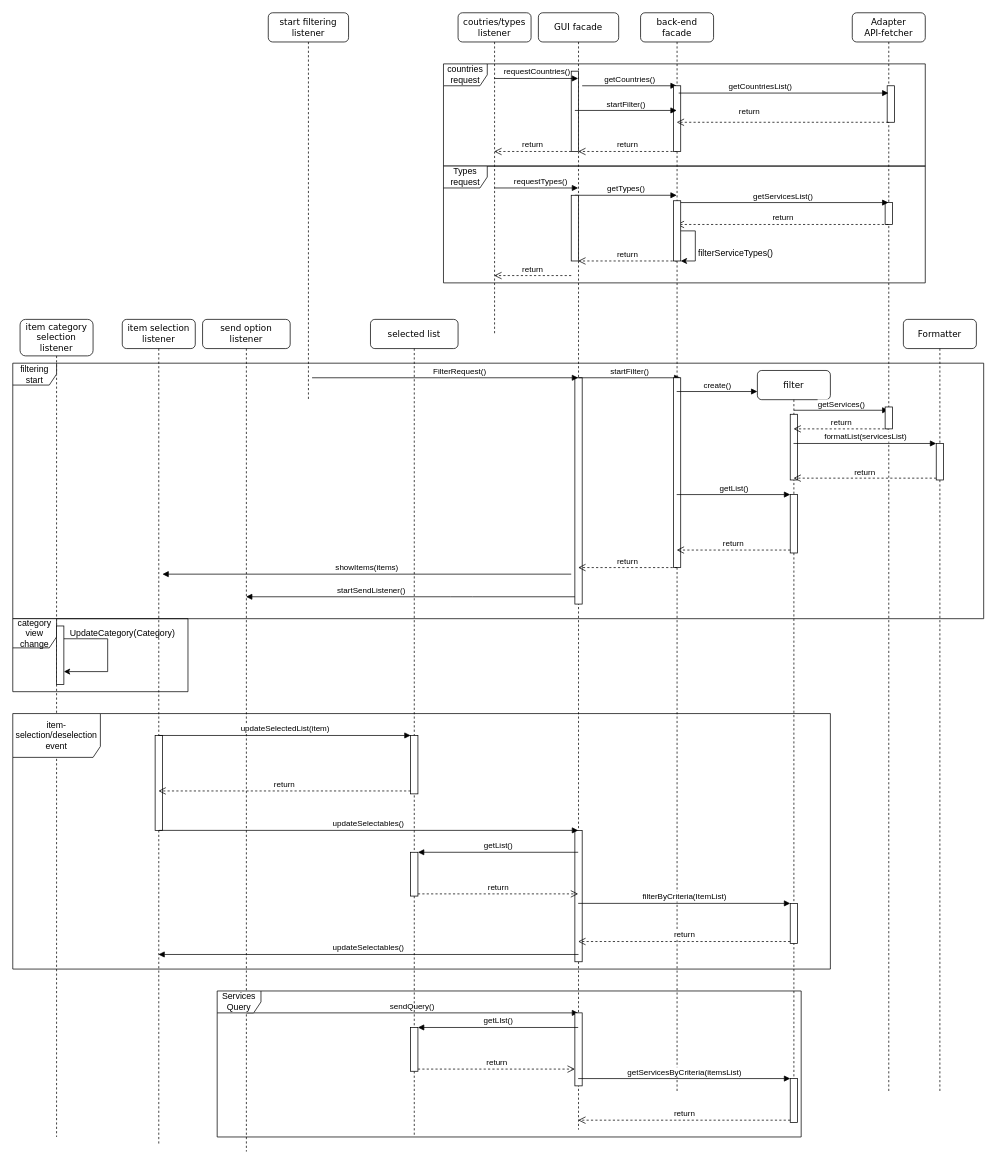
Above: documentation/behaviour/internal behaviour/Internal_behaviour.drawio in Geostartico/Trusted-list-browser (draw.io), before the change. Source tidied: cells renumbered, new cells numbered last; positions are measured from the earlier drawing's top-left corner, leaving out a move shared by most shapes. Both pictures are drawn from the tidied source at 73%, with x=0, y=0 at pixel (12, 12).
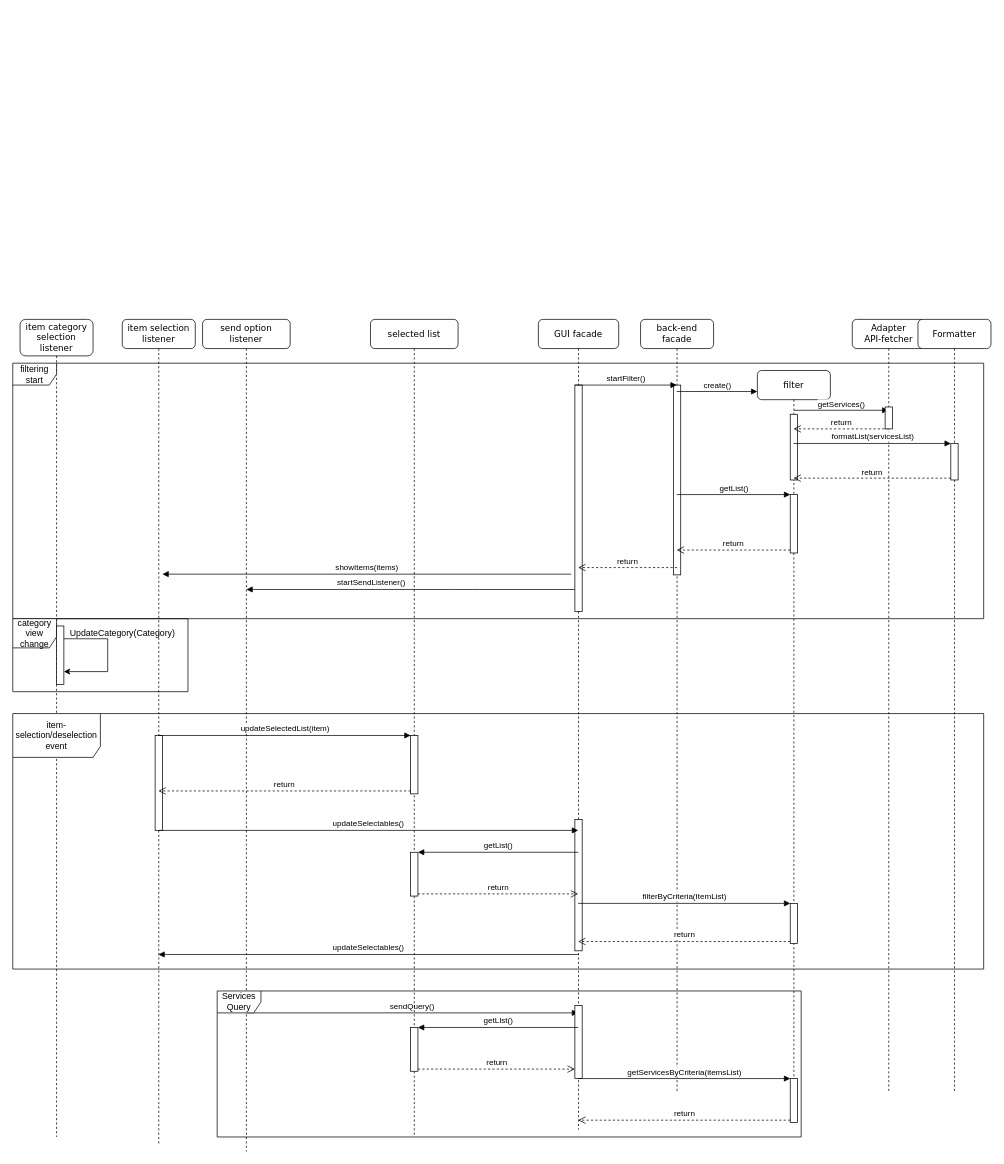
The same page after the edit.

Commit message (it also covers changes not shown here):
modified internal behaviour diagram

Unchanged cells that the change refers to:
```xml
<mxCell id="2" value="send option listener" style="shape=umlLifeline;perimeter=lifelinePerimeter;whiteSpace=wrap;html=1;outlineConnect=0;rounded=1;shadow=0;comic=0;labelBackgroundColor=none;strokeWidth=1;fontFamily=Verdana;fontSize=12;align=center;" parent="1" vertex="1">
  <mxGeometry x="260" y="420" width="120" height="1140" as="geometry" />
</mxCell>
```

What changed in the source:
```diff
@@
     <mxCell id="8" value="GUI facade" style="shape=umlLifeline;perimeter=lifelinePerimeter;whiteSpace=wrap;html=1;outlineConnect=0;rounded=1;shadow=0;comic=0;labelBackgroundColor=none;strokeWidth=1;fontFamily=Verdana;fontSize=12;align=center;" parent="1" vertex="1">
-      <mxGeometry x="720" width="110" height="1530" as="geometry" />
+      <mxGeometry x="720" y="420" width="110" height="1110" as="geometry" />
     </mxCell>
-    <mxCell id="9" style="rounded=0;whiteSpace=wrap;html=1;" parent="8" vertex="1">
-      <mxGeometry x="45" y="80" width="10" height="110" as="geometry" />
-    </mxCell>
-    <mxCell id="10" value="getCountries()" style="html=1;verticalAlign=bottom;endArrow=block;rounded=0;" parent="8" edge="1" target="18">
-      <mxGeometry relative="1" as="geometry">
-        <mxPoint x="60" y="100" as="sourcePoint" />
-      </mxGeometry>
-    </mxCell>
-    <mxCell id="11" value="return" style="html=1;verticalAlign=bottom;endArrow=open;dashed=1;endSize=8;rounded=0;" parent="8" edge="1" target="38">
-      <mxGeometry relative="1" as="geometry">
-        <mxPoint x="45" y="190" as="sourcePoint" />
-      </mxGeometry>
-    </mxCell>
-    <mxCell id="12" value="return" style="html=1;verticalAlign=bottom;endArrow=open;dashed=1;endSize=8;rounded=0;" parent="8" edge="1" target="38">
-      <mxGeometry relative="1" as="geometry">
-        <mxPoint x="45" y="360" as="sourcePoint" />
-      </mxGeometry>
-    </mxCell>
     <mxCell id="13" style="rounded=0;whiteSpace=wrap;html=1;" parent="8" vertex="1">
-      <mxGeometry x="50" y="500" width="10" height="310" as="geometry" />
+      <mxGeometry x="50" y="90" width="10" height="310" as="geometry" />
     </mxCell>
-    <mxCell id="14" value="&lt;div&gt;startFilter()&lt;/div&gt;" style="html=1;verticalAlign=bottom;endArrow=block;rounded=0;" parent="8" edge="1">
-      <mxGeometry relative="1" as="geometry">
-        <mxPoint x="55" y="500" as="sourcePoint" />
-        <mxPoint x="194.5" y="500" as="targetPoint" />
-      </mxGeometry>
-    </mxCell>
-    <mxCell id="15" value="startSendListener()" style="html=1;verticalAlign=bottom;endArrow=block;rounded=0;" parent="8" edge="1" target="2">
-      <mxGeometry x="0.24" relative="1" as="geometry">
-        <mxPoint x="50" y="800" as="sourcePoint" />
-        <Array as="points">
-          <mxPoint x="-90" y="800" />
-          <mxPoint x="-120" y="800" />
-        </Array>
-      </mxGeometry>
-    </mxCell>
     <mxCell id="16" style="html=1;perimeter=orthogonalPerimeter;" parent="8" vertex="1">
-      <mxGeometry x="50" y="1120" width="10" height="180" as="geometry" />
+      <mxGeometry x="50" y="685" width="10" height="180" as="geometry" />
     </mxCell>
     <mxCell id="17" style="html=1;perimeter=orthogonalPerimeter;" parent="8" vertex="1">
-      <mxGeometry x="50" y="1370" width="10" height="100" as="geometry" />
+      <mxGeometry x="50" y="940" width="10" height="100" as="geometry" />
     </mxCell>
     <mxCell id="18" value="back-end facade" style="shape=umlLifeline;perimeter=lifelinePerimeter;whiteSpace=wrap;html=1;outlineConnect=0;rounded=1;shadow=0;comic=0;labelBackgroundColor=none;strokeWidth=1;fontFamily=Verdana;fontSize=12;align=center;" parent="1" vertex="1">
-      <mxGeometry x="860" width="100" height="1480" as="geometry" />
+      <mxGeometry x="860" y="420" width="100" height="1060" as="geometry" />
     </mxCell>
-    <mxCell id="19" value="return" style="html=1;verticalAlign=bottom;endArrow=open;dashed=1;endSize=8;rounded=0;" parent="18" edge="1" target="8">
-      <mxGeometry relative="1" as="geometry">
-        <mxPoint x="50" y="190" as="sourcePoint" />
-      </mxGeometry>
-    </mxCell>
-    <mxCell id="20" value="return" style="html=1;verticalAlign=bottom;endArrow=open;dashed=1;endSize=8;rounded=0;" parent="18" edge="1" target="8">
-      <mxGeometry relative="1" as="geometry">
-        <mxPoint x="50" y="340" as="sourcePoint" />
-      </mxGeometry>
-    </mxCell>
-    <mxCell id="21" style="html=1;perimeter=orthogonalPerimeter;" parent="18" vertex="1">
-      <mxGeometry x="45" y="100" width="10" height="90" as="geometry" />
-    </mxCell>
     <mxCell id="22" style="html=1;perimeter=orthogonalPerimeter;" parent="18" vertex="1">
-      <mxGeometry x="45" y="500" width="10" height="260" as="geometry" />
+      <mxGeometry x="45" y="90" width="10" height="260" as="geometry" />
     </mxCell>
@@
     <mxCell id="29" value="&lt;div&gt;Adapter&lt;/div&gt;&lt;div&gt;API-fetcher&lt;/div&gt;" style="shape=umlLifeline;perimeter=lifelinePerimeter;whiteSpace=wrap;html=1;outlineConnect=0;rounded=1;shadow=0;comic=0;labelBackgroundColor=none;strokeWidth=1;fontFamily=Verdana;fontSize=12;align=center;" parent="1" vertex="1">
-      <mxGeometry x="1150" width="100" height="1480" as="geometry" />
+      <mxGeometry x="1150" y="420" width="100" height="1060" as="geometry" />
     </mxCell>
-    <mxCell id="30" style="html=1;perimeter=orthogonalPerimeter;" parent="29" vertex="1">
-      <mxGeometry x="47.8" y="100" width="10" height="50" as="geometry" />
-    </mxCell>
-    <mxCell id="31" value="countries request" style="shape=umlFrame;whiteSpace=wrap;html=1;" parent="29" vertex="1">
-      <mxGeometry x="-560" y="70" width="660" height="140" as="geometry" />
-    </mxCell>
-    <mxCell id="32" style="rounded=0;whiteSpace=wrap;html=1;" parent="29" vertex="1">
-      <mxGeometry x="45" y="260" width="10" height="30" as="geometry" />
-    </mxCell>
@@
-    <mxCell id="35" value="start filtering listener" style="shape=umlLifeline;perimeter=lifelinePerimeter;whiteSpace=wrap;html=1;rounded=1;shadow=0;comic=0;labelBackgroundColor=none;strokeWidth=1;fontFamily=Verdana;fontSize=12;align=center;" parent="1" vertex="1">
-      <mxGeometry x="350" width="110" height="530" as="geometry" />
-    </mxCell>
-    <mxCell id="36" value="FilterRequest()" style="html=1;verticalAlign=bottom;endArrow=block;rounded=0;" parent="35" edge="1" target="8">
-      <mxGeometry x="0.11" relative="1" as="geometry">
-        <mxPoint x="60" y="500" as="sourcePoint" />
-      </mxGeometry>
-    </mxCell>
-    <mxCell id="37" value="getCountriesList()" style="html=1;verticalAlign=bottom;endArrow=block;rounded=0;" parent="1" edge="1" target="29">
-      <mxGeometry x="-0.22" relative="1" as="geometry">
-        <mxPoint x="912.2" y="110" as="sourcePoint" />
-      </mxGeometry>
-    </mxCell>
-    <mxCell id="38" value="&lt;div&gt;coutries/types&lt;/div&gt;&lt;div&gt;listener&lt;br&gt;&lt;/div&gt;" style="shape=umlLifeline;perimeter=lifelinePerimeter;whiteSpace=wrap;html=1;outlineConnect=0;rounded=1;shadow=0;comic=0;labelBackgroundColor=none;strokeWidth=1;fontFamily=Verdana;fontSize=12;align=center;" parent="1" vertex="1">
-      <mxGeometry x="610" width="100" height="440" as="geometry" />
-    </mxCell>
-    <mxCell id="39" value="requestCountries()" style="html=1;verticalAlign=bottom;endArrow=block;rounded=0;" parent="1" edge="1" source="38" target="8">
-      <mxGeometry relative="1" as="geometry">
-        <Array as="points">
-          <mxPoint x="730" y="90" />
-        </Array>
-      </mxGeometry>
-    </mxCell>
-    <mxCell id="40" value="requestTypes()" style="html=1;verticalAlign=bottom;endArrow=block;rounded=0;" parent="1" edge="1" source="38" target="8">
-      <mxGeometry x="0.1" relative="1" as="geometry">
-        <Array as="points">
-          <mxPoint x="720" y="240" />
-        </Array>
-      </mxGeometry>
-    </mxCell>
-    <mxCell id="41" value="getTypes()" style="html=1;verticalAlign=bottom;endArrow=block;rounded=0;" parent="1" edge="1" target="18">
-      <mxGeometry relative="1" as="geometry">
-        <mxPoint x="770" y="250" as="sourcePoint" />
-      </mxGeometry>
-    </mxCell>
-    <mxCell id="42" value="getServicesList()" style="html=1;verticalAlign=bottom;endArrow=block;rounded=0;" parent="1" edge="1" target="29">
-      <mxGeometry relative="1" as="geometry">
-        <mxPoint x="910" y="260" as="sourcePoint" />
-      </mxGeometry>
-    </mxCell>
-    <mxCell id="43" value="return" style="html=1;verticalAlign=bottom;endArrow=open;dashed=1;endSize=8;rounded=0;" parent="1" edge="1" source="29" target="18">
-      <mxGeometry relative="1" as="geometry">
-        <Array as="points">
-          <mxPoint x="960" y="290" />
-        </Array>
-      </mxGeometry>
-    </mxCell>
-    <mxCell id="44" value="&lt;div&gt;Types&lt;/div&gt;&lt;div&gt;request&lt;br&gt;&lt;/div&gt;" style="shape=umlFrame;whiteSpace=wrap;html=1;" parent="1" vertex="1">
-      <mxGeometry x="590" y="210" width="660" height="160" as="geometry" />
-    </mxCell>
-    <mxCell id="45" value="startFilter()" style="html=1;verticalAlign=bottom;endArrow=block;rounded=0;exitX=0.5;exitY=0.489;exitDx=0;exitDy=0;exitPerimeter=0;" parent="1" edge="1" source="9" target="18">
-      <mxGeometry relative="1" as="geometry" />
-    </mxCell>
@@
-    <mxCell id="49" style="rounded=0;whiteSpace=wrap;html=1;" parent="1" vertex="1">
-      <mxGeometry x="765" y="250" width="10" height="90" as="geometry" />
-    </mxCell>
-    <mxCell id="50" style="rounded=0;whiteSpace=wrap;html=1;" parent="1" vertex="1">
-      <mxGeometry x="905" y="257.5" width="10" height="82.5" as="geometry" />
-    </mxCell>
-    <mxCell id="51" value="return" style="html=1;verticalAlign=bottom;endArrow=open;dashed=1;endSize=8;rounded=0;" parent="1" edge="1" source="29" target="18">
-      <mxGeometry x="0.32" y="-6" relative="1" as="geometry">
-        <Array as="points">
-          <mxPoint x="1060" y="150" />
-        </Array>
-      </mxGeometry>
-    </mxCell>
-    <mxCell id="52" style="edgeStyle=orthogonalEdgeStyle;rounded=0;orthogonalLoop=1;jettySize=auto;html=1;exitX=1;exitY=0.5;exitDx=0;exitDy=0;entryX=1;entryY=1;entryDx=0;entryDy=0;" parent="1" edge="1" source="50" target="50">
-      <mxGeometry relative="1" as="geometry">
-        <Array as="points">
-          <mxPoint x="935" y="299" />
-          <mxPoint x="935" y="340" />
-        </Array>
-      </mxGeometry>
-    </mxCell>
-    <mxCell id="53" value="filterServiceTypes()" style="text;html=1;align=center;verticalAlign=middle;strokeColor=none;fillColor=none;" parent="1" vertex="1">
-      <mxGeometry x="930" y="320" width="120" height="20" as="geometry" />
-    </mxCell>
@@
     <mxCell id="55" value="Formatter" style="shape=umlLifeline;perimeter=lifelinePerimeter;whiteSpace=wrap;html=1;rounded=1;shadow=0;comic=0;labelBackgroundColor=none;strokeWidth=1;fontFamily=Verdana;fontSize=12;align=center;" parent="1" vertex="1">
-      <mxGeometry x="1220" y="420" width="100" height="1060" as="geometry" />
+      <mxGeometry x="1240" y="420" width="100" height="1060" as="geometry" />
     </mxCell>
@@
     <mxCell id="76" value="item-selection/deselection event" style="shape=umlFrame;whiteSpace=wrap;html=1;width=120;height=60;" parent="1" vertex="1">
-      <mxGeometry y="960" width="1120" height="350" as="geometry" />
+      <mxGeometry y="960" width="1330" height="350" as="geometry" />
     </mxCell>
@@
+    <mxCell id="14" value="&lt;div&gt;startFilter()&lt;/div&gt;" style="html=1;verticalAlign=bottom;endArrow=block;rounded=0;" parent="1" edge="1">
+      <mxGeometry relative="1" as="geometry">
+        <mxPoint x="770" y="510" as="sourcePoint" />
+        <mxPoint x="909.5" y="510" as="targetPoint" />
+      </mxGeometry>
+    </mxCell>
+    <mxCell id="15" value="startSendListener()" style="html=1;verticalAlign=bottom;endArrow=block;rounded=0;" parent="1" edge="1">
+      <mxGeometry x="0.24" relative="1" as="geometry">
+        <mxPoint x="770" y="790" as="sourcePoint" />
+        <mxPoint x="320" y="790" as="targetPoint" />
+        <Array as="points">
+          <mxPoint x="630" y="790" />
+          <mxPoint x="600" y="790" />
+        </Array>
+      </mxGeometry>
+    </mxCell>
```
